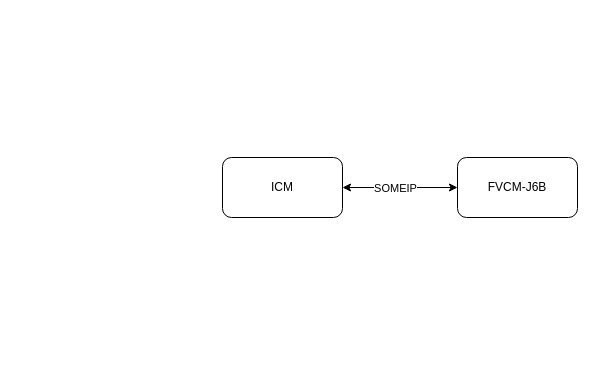
YuzhouYe/peb keeps this draw.io diagram as page "Page-3" (3 of 3) of HJtodolist.drawio. Above is the earlier version. Source tidied: cells renumbered, new cells numbered last; positions are measured from the earlier drawing's top-left corner, leaving out a move shared by most shapes. Both pictures are drawn from the tidied source at 100%, with x=0, y=0 at pixel (222, 157).
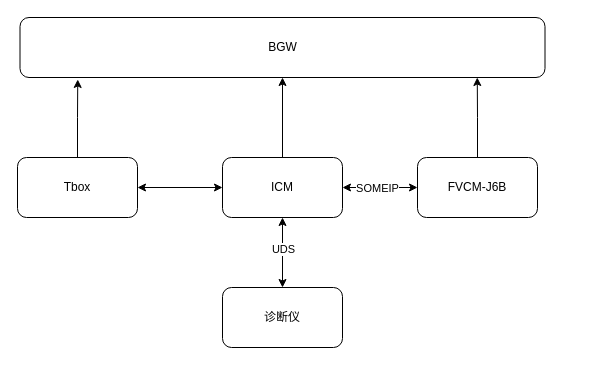
Above is the later version.

The edit, as a diff of the source:
```diff
@@
 <mxGraphModel>
   <root>
     <mxCell id="0" />
     <mxCell id="1" parent="0" />
     <mxCell id="2" value="FVCM-J6B" style="rounded=1;whiteSpace=wrap;html=1;" parent="1" vertex="1">
-      <mxGeometry x="235" width="120" height="60" as="geometry" />
+      <mxGeometry x="195" width="120" height="60" as="geometry" />
     </mxCell>
+    <mxCell id="6" style="edgeStyle=orthogonalEdgeStyle;rounded=0;jettySize=auto;html=1;exitX=0.5;exitY=0;exitDx=0;exitDy=0;entryX=0.5;entryY=1;entryDx=0;entryDy=0;" parent="1" edge="1" source="3" target="12">
+      <mxGeometry relative="1" as="geometry" />
+    </mxCell>
     <mxCell id="3" value="ICM" style="rounded=1;whiteSpace=wrap;html=1;" parent="1" vertex="1">
       <mxGeometry width="120" height="60" as="geometry" />
     </mxCell>
     <mxCell id="4" style="endArrow=classic;startArrow=classic;html=1;rounded=0;entryX=0;entryY=0.5;entryDx=0;entryDy=0;exitX=1;exitY=0.5;exitDx=0;exitDy=0;" parent="1" edge="1" source="3" target="2">
       <mxGeometry relative="1" as="geometry" />
     </mxCell>
     <mxCell id="5" value="SOMEIP" style="edgeLabel;html=1;align=center;verticalAlign=middle;" parent="4" vertex="1">
       <mxGeometry x="-0.1" y="-3" relative="1" as="geometry">
         <mxPoint y="-3" as="offset" />
       </mxGeometry>
     </mxCell>
+    <mxCell id="7" value="Tbox" style="rounded=1;whiteSpace=wrap;html=1;" parent="1" vertex="1">
+      <mxGeometry x="-205" width="120" height="60" as="geometry" />
+    </mxCell>
+    <mxCell id="8" style="endArrow=classic;startArrow=classic;html=1;rounded=0;exitX=1;exitY=0.5;exitDx=0;exitDy=0;entryX=0;entryY=0.5;entryDx=0;entryDy=0;" parent="1" edge="1" source="7" target="3">
+      <mxGeometry relative="1" as="geometry" />
+    </mxCell>
+    <mxCell id="9" value="诊断仪" style="rounded=1;whiteSpace=wrap;html=1;" parent="1" vertex="1">
+      <mxGeometry y="130" width="120" height="60" as="geometry" />
+    </mxCell>
+    <mxCell id="10" style="endArrow=classic;startArrow=classic;html=1;rounded=0;entryX=0.5;entryY=1;entryDx=0;entryDy=0;exitX=0.5;exitY=0;exitDx=0;exitDy=0;" parent="1" edge="1" source="9" target="3">
+      <mxGeometry relative="1" as="geometry" />
+    </mxCell>
+    <mxCell id="11" value="UDS" style="edgeLabel;html=1;align=center;verticalAlign=middle;" parent="10" vertex="1">
+      <mxGeometry x="0.11" relative="1" as="geometry" />
+    </mxCell>
+    <mxCell id="12" value="BGW" style="rounded=1;whiteSpace=wrap;html=1;" parent="1" vertex="1">
+      <mxGeometry x="-202.5" y="-140" width="525" height="60" as="geometry" />
+    </mxCell>
+    <mxCell id="13" style="edgeStyle=orthogonalEdgeStyle;rounded=0;jettySize=auto;html=1;exitX=0.5;exitY=0;exitDx=0;exitDy=0;entryX=0.11;entryY=1.033;entryDx=0;entryDy=0;entryPerimeter=0;" parent="1" edge="1" source="7" target="12">
+      <mxGeometry relative="1" as="geometry" />
+    </mxCell>
+    <mxCell id="14" style="edgeStyle=orthogonalEdgeStyle;rounded=0;jettySize=auto;html=1;exitX=0.5;exitY=0;exitDx=0;exitDy=0;entryX=0.871;entryY=1;entryDx=0;entryDy=0;entryPerimeter=0;" parent="1" edge="1" source="2" target="12">
+      <mxGeometry relative="1" as="geometry" />
+    </mxCell>
   </root>
 </mxGraphModel>
```
